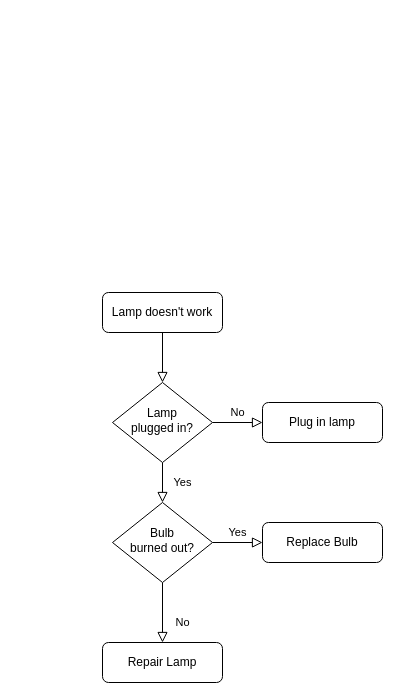
zpcwhut/study keeps this draw.io diagram as 未命名绘图.drawio. Above is the earlier version. Source tidied: cells renumbered, new cells numbered last; positions are measured from the earlier drawing's top-left corner, leaving out a move shared by most shapes. Both pictures are drawn from the tidied source at 100%, with x=0, y=0 at pixel (102, 292).
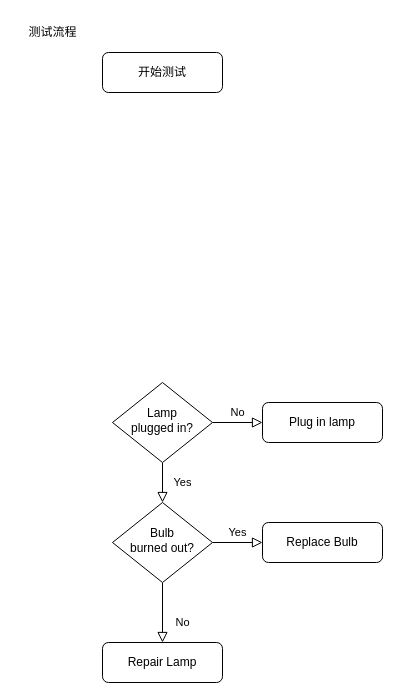
The same page after the edit.

Commit message:
软件流程图.drawio

Diff of the diagram source:
```diff
@@
 <mxGraphModel>
   <root>
     <mxCell id="0" />
     <mxCell id="1" parent="0" />
-    <mxCell id="2" style="rounded=0;html=1;jettySize=auto;fontSize=11;endArrow=block;endFill=0;endSize=8;strokeWidth=1;shadow=0;labelBackgroundColor=none;edgeStyle=orthogonalEdgeStyle;" parent="1" edge="1" source="3" target="6">
-      <mxGeometry relative="1" as="geometry" />
-    </mxCell>
-    <mxCell id="3" value="Lamp doesn't work" style="rounded=1;whiteSpace=wrap;html=1;fontSize=12;glass=0;strokeWidth=1;shadow=0;" parent="1" vertex="1">
-      <mxGeometry width="120" height="40" as="geometry" />
+    <mxCell id="3" value="开始测试" style="rounded=1;whiteSpace=wrap;html=1;fontSize=12;glass=0;strokeWidth=1;shadow=0;" parent="1" vertex="1">
+      <mxGeometry y="-240" width="120" height="40" as="geometry" />
     </mxCell>
     <mxCell id="4" value="Yes" style="rounded=0;html=1;jettySize=auto;fontSize=11;endArrow=block;endFill=0;endSize=8;strokeWidth=1;shadow=0;labelBackgroundColor=none;edgeStyle=orthogonalEdgeStyle;" parent="1" edge="1" source="6" target="10">
-      <mxGeometry y="20" relative="1" as="geometry" />
+      <mxGeometry y="20" relative="1" as="geometry">
+        <Array as="points">
+          <mxPoint x="60" y="270" />
+          <mxPoint x="60" y="270" />
+        </Array>
+      </mxGeometry>
     </mxCell>
     <mxCell id="5" value="No" style="edgeStyle=orthogonalEdgeStyle;rounded=0;html=1;jettySize=auto;fontSize=11;endArrow=block;endFill=0;endSize=8;strokeWidth=1;shadow=0;labelBackgroundColor=none;" parent="1" edge="1" source="6" target="7">
       <mxGeometry y="10" relative="1" as="geometry" />
     </mxCell>
     <mxCell id="6" value="Lamp&lt;br&gt;plugged in?" style="rhombus;whiteSpace=wrap;html=1;shadow=0;fontFamily=Helvetica;fontSize=12;align=center;strokeWidth=1;spacing=6;spacingTop=-4;" parent="1" vertex="1">
       <mxGeometry x="10" y="90" width="100" height="80" as="geometry" />
     </mxCell>
     <mxCell id="7" value="Plug in lamp" style="rounded=1;whiteSpace=wrap;html=1;fontSize=12;glass=0;strokeWidth=1;shadow=0;" parent="1" vertex="1">
       <mxGeometry x="160" y="110" width="120" height="40" as="geometry" />
     </mxCell>
     <mxCell id="8" value="No" style="rounded=0;html=1;jettySize=auto;fontSize=11;endArrow=block;endFill=0;endSize=8;strokeWidth=1;shadow=0;labelBackgroundColor=none;edgeStyle=orthogonalEdgeStyle;" parent="1" edge="1" source="10" target="11">
       <mxGeometry x="0.33" y="20" relative="1" as="geometry" />
     </mxCell>
     <mxCell id="9" value="Yes" style="edgeStyle=orthogonalEdgeStyle;rounded=0;html=1;jettySize=auto;fontSize=11;endArrow=block;endFill=0;endSize=8;strokeWidth=1;shadow=0;labelBackgroundColor=none;" parent="1" edge="1" source="10" target="12">
       <mxGeometry y="10" relative="1" as="geometry" />
     </mxCell>
     <mxCell id="10" value="Bulb&lt;br&gt;burned out?" style="rhombus;whiteSpace=wrap;html=1;shadow=0;fontFamily=Helvetica;fontSize=12;align=center;strokeWidth=1;spacing=6;spacingTop=-4;" parent="1" vertex="1">
       <mxGeometry x="10" y="210" width="100" height="80" as="geometry" />
     </mxCell>
     <mxCell id="11" value="Repair Lamp" style="rounded=1;whiteSpace=wrap;html=1;fontSize=12;glass=0;strokeWidth=1;shadow=0;" parent="1" vertex="1">
       <mxGeometry y="350" width="120" height="40" as="geometry" />
     </mxCell>
     <mxCell id="12" value="Replace Bulb" style="rounded=1;whiteSpace=wrap;html=1;fontSize=12;glass=0;strokeWidth=1;shadow=0;" parent="1" vertex="1">
       <mxGeometry x="160" y="230" width="120" height="40" as="geometry" />
     </mxCell>
+    <mxCell id="13" value="测试流程" style="text;html=1;align=center;verticalAlign=middle;strokeColor=none;fillColor=none;" parent="1" vertex="1">
+      <mxGeometry x="-85" y="-275" width="70" height="30" as="geometry" />
+    </mxCell>
   </root>
 </mxGraphModel>
```
